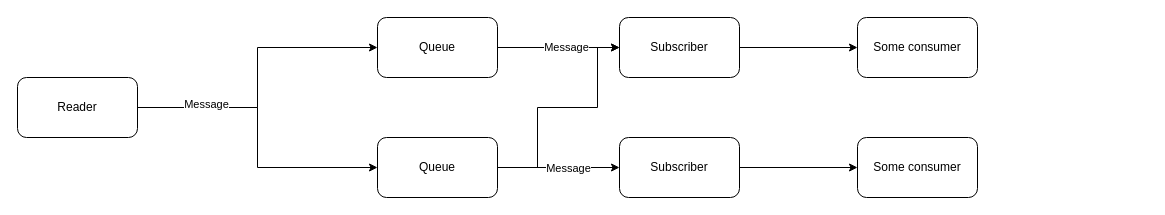
The draw.io diagram architecture_diagram.drawio in feature-MaybeCoder/go-brocker, before the edit. Source tidied: cells renumbered, new cells numbered last; positions are measured from the earlier drawing's top-left corner, leaving out a move shared by most shapes. Both pictures are drawn from the tidied source at 100%, with x=0, y=0 at pixel (17, 17).
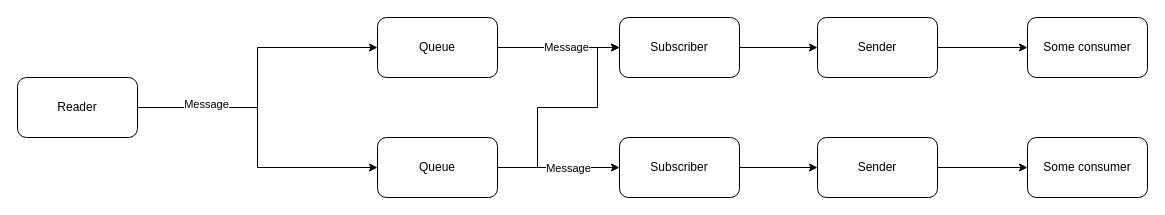
The same page after the edit.

Commit message:
add sender to diagram

Unchanged cells that the change refers to:
```xml
<mxCell id="14" value="Subscriber" style="rounded=1;whiteSpace=wrap;html=1;" parent="1" vertex="1">
  <mxGeometry x="602" width="120" height="60" as="geometry" />
</mxCell>
<mxCell id="16" value="Subscriber" style="rounded=1;whiteSpace=wrap;html=1;" parent="1" vertex="1">
  <mxGeometry x="602" y="120" width="120" height="60" as="geometry" />
</mxCell>
```

Change to the diagram source:
```diff
@@
-    <mxCell id="13" style="edgeStyle=orthogonalEdgeStyle;rounded=0;jettySize=auto;html=1;exitX=1;exitY=0.5;exitDx=0;exitDy=0;entryX=0;entryY=0.5;entryDx=0;entryDy=0;" parent="1" edge="1" source="14" target="18">
-      <mxGeometry relative="1" as="geometry" />
-    </mxCell>
+    <mxCell id="19" style="edgeStyle=orthogonalEdgeStyle;rounded=0;jettySize=auto;html=1;exitX=1;exitY=0.5;exitDx=0;exitDy=0;entryX=0;entryY=0.5;entryDx=0;entryDy=0;" parent="1" edge="1" source="14" target="22">
+      <mxGeometry relative="1" as="geometry" />
+    </mxCell>
@@
-    <mxCell id="15" style="edgeStyle=orthogonalEdgeStyle;rounded=0;jettySize=auto;html=1;exitX=1;exitY=0.5;exitDx=0;exitDy=0;" parent="1" edge="1" source="16" target="17">
-      <mxGeometry relative="1" as="geometry" />
-    </mxCell>
+    <mxCell id="20" style="edgeStyle=orthogonalEdgeStyle;rounded=0;jettySize=auto;html=1;exitX=1;exitY=0.5;exitDx=0;exitDy=0;entryX=0;entryY=0.5;entryDx=0;entryDy=0;" parent="1" edge="1" source="16" target="24">
+      <mxGeometry relative="1" as="geometry" />
+    </mxCell>
@@
     <mxCell id="17" value="Some consumer" style="rounded=1;whiteSpace=wrap;html=1;" parent="1" vertex="1">
-      <mxGeometry x="840" y="120" width="120" height="60" as="geometry" />
+      <mxGeometry x="1010" y="120" width="120" height="60" as="geometry" />
     </mxCell>
     <mxCell id="18" value="Some consumer" style="rounded=1;whiteSpace=wrap;html=1;" parent="1" vertex="1">
-      <mxGeometry x="840" width="120" height="60" as="geometry" />
+      <mxGeometry x="1010" width="120" height="60" as="geometry" />
     </mxCell>
+    <mxCell id="21" style="edgeStyle=orthogonalEdgeStyle;rounded=0;jettySize=auto;html=1;exitX=1;exitY=0.5;exitDx=0;exitDy=0;entryX=0;entryY=0.5;entryDx=0;entryDy=0;" parent="1" edge="1" source="22" target="18">
+      <mxGeometry relative="1" as="geometry" />
+    </mxCell>
+    <mxCell id="22" value="Sender" style="rounded=1;whiteSpace=wrap;html=1;" parent="1" vertex="1">
+      <mxGeometry x="800" width="120" height="60" as="geometry" />
+    </mxCell>
+    <mxCell id="23" style="edgeStyle=orthogonalEdgeStyle;rounded=0;jettySize=auto;html=1;exitX=1;exitY=0.5;exitDx=0;exitDy=0;entryX=0;entryY=0.5;entryDx=0;entryDy=0;" parent="1" edge="1" source="24" target="17">
+      <mxGeometry relative="1" as="geometry" />
+    </mxCell>
+    <mxCell id="24" value="Sender" style="rounded=1;whiteSpace=wrap;html=1;" parent="1" vertex="1">
+      <mxGeometry x="800" y="120" width="120" height="60" as="geometry" />
+    </mxCell>
```
